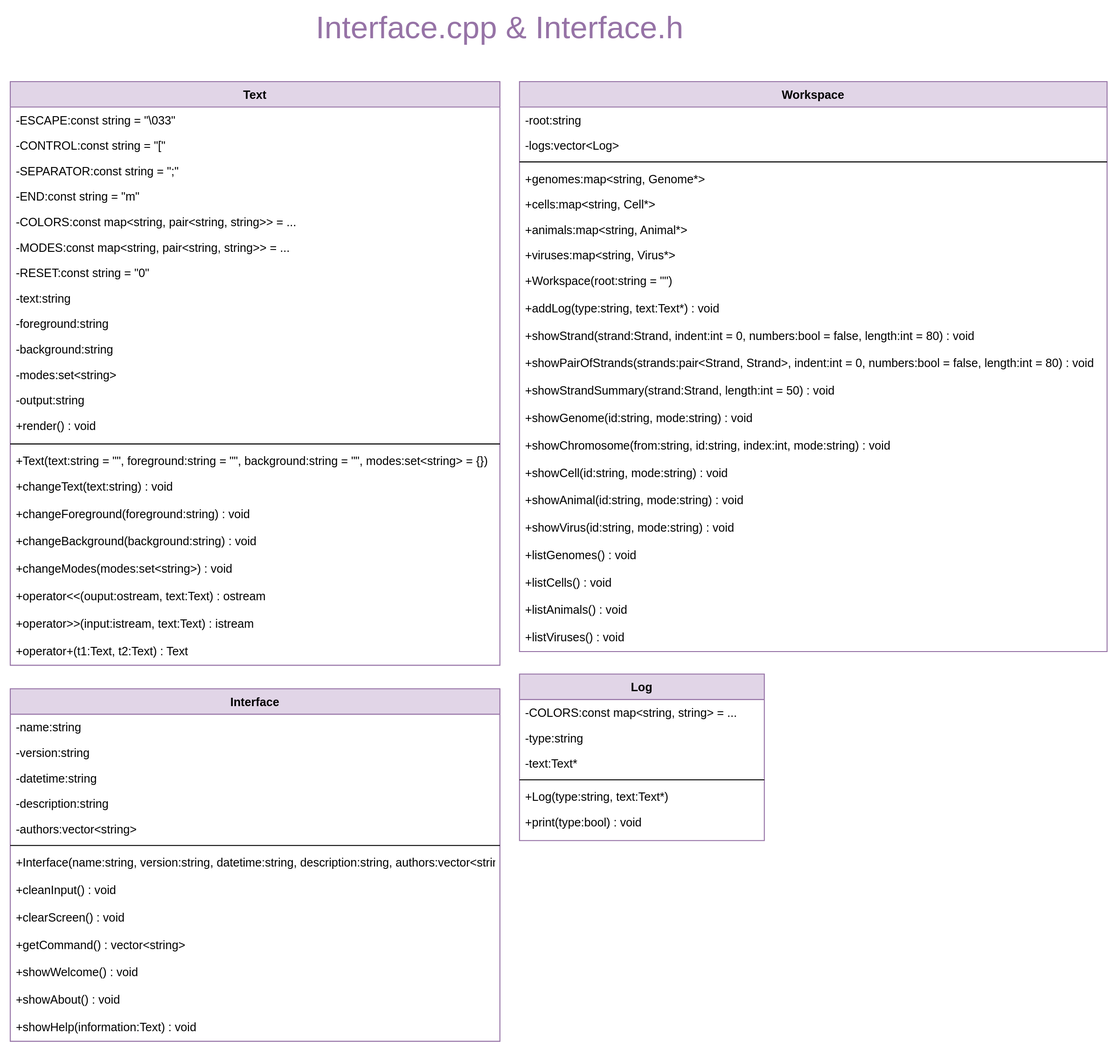
Earlier version of the draw.io export schema/classes/Interface.drawio.svg (k-forghani/class-of-life). Source tidied: cells renumbered, new cells last; positions are measured from the earlier drawing's top-left corner, leaving out a move shared by most shapes.
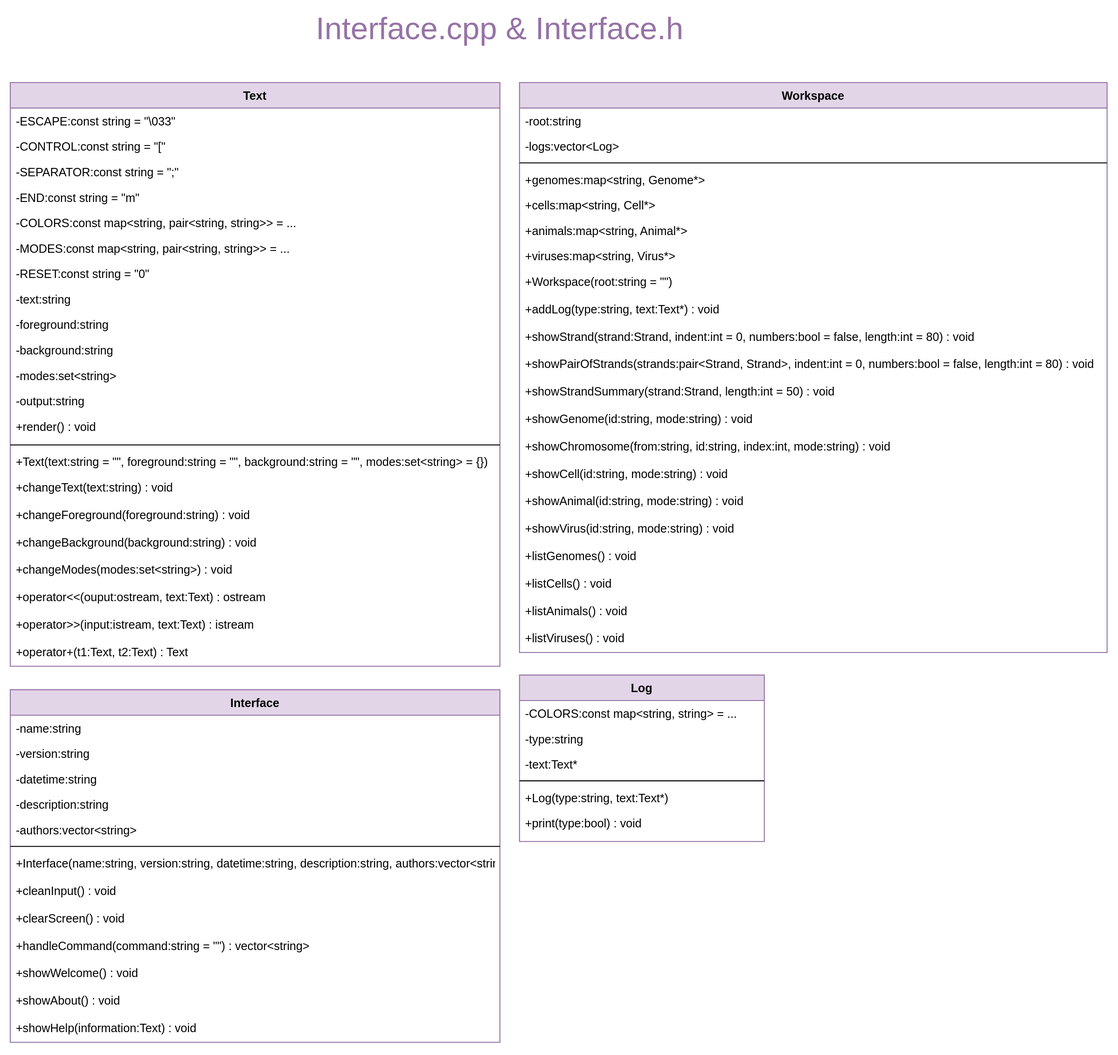
Above is the later version.

Diff of the diagram source:
```diff
@@ -191,7 +191,7 @@
     <mxCell id="64" value="+clearScreen() : void" style="text;align=left;verticalAlign=top;spacingLeft=4;spacingRight=4;overflow=hidden;" parent="55" vertex="1">
       <mxGeometry y="220" width="500" height="28" as="geometry" />
     </mxCell>
-    <mxCell id="65" value="+getCommand() : vector&lt;string&gt;" style="text;align=left;verticalAlign=top;spacingLeft=4;spacingRight=4;overflow=hidden;" parent="55" vertex="1">
+    <mxCell id="65" value="+handleCommand(command:string = &quot;&quot;) : vector&lt;string&gt;" style="text;align=left;verticalAlign=top;spacingLeft=4;spacingRight=4;overflow=hidden;" parent="55" vertex="1">
       <mxGeometry y="248" width="500" height="28" as="geometry" />
     </mxCell>
     <mxCell id="66" value="+showWelcome() : void" style="text;align=left;verticalAlign=top;spacingLeft=4;spacingRight=4;overflow=hidden;" parent="55" vertex="1">
```
